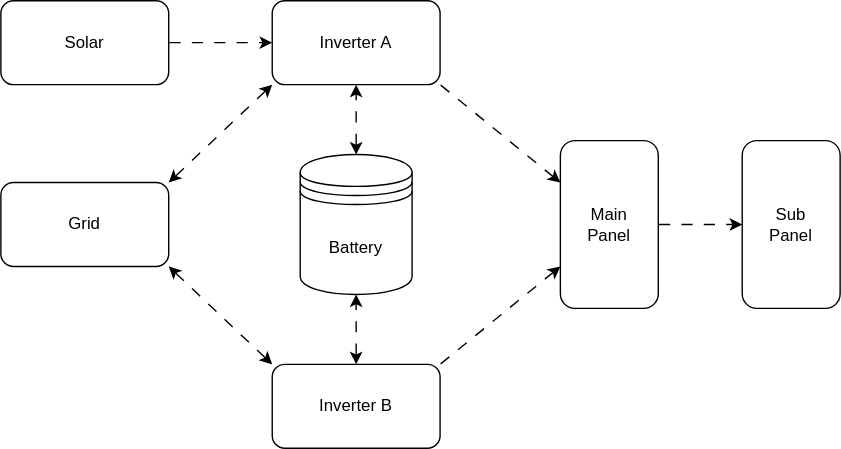
Before: Inverter System.drawio.svg, a diagram exported from draw.io (mattster98/grafana-flow). Source tidied: cells renumbered, new cells last; positions are measured from the earlier drawing's top-left corner, leaving out a move shared by most shapes.
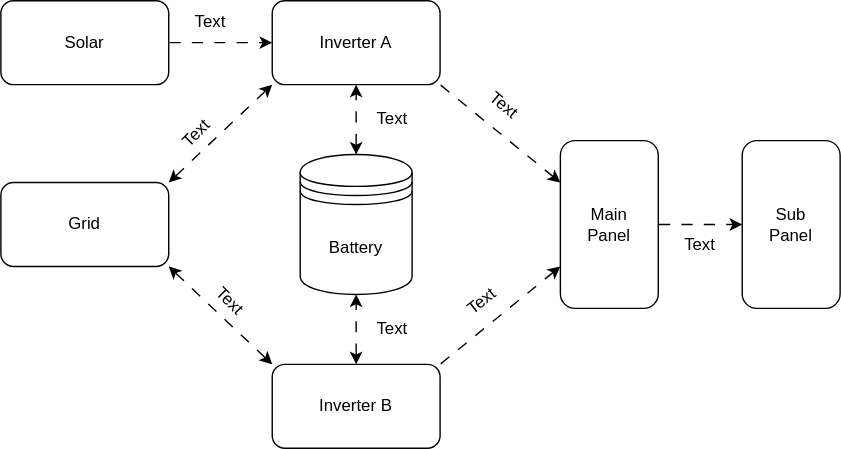
Above is the later version.

Change to the diagram source:
```diff
@@ -47,28 +47,28 @@
     <mxCell id="16" style="endArrow=classic;html=1;rounded=0;entryX=0;entryY=0.5;entryDx=0;entryDy=0;exitX=1;exitY=0.5;exitDx=0;exitDy=0;flowAnimation=1;" parent="1" edge="1" source="12" target="13">
       <mxGeometry relative="1" as="geometry" />
     </mxCell>
-    <mxCell id="17" style="text;html=1;align=center;verticalAlign=middle;whiteSpace=wrap;rounded=0;rotation=-45;" parent="1" vertex="1">
+    <mxCell id="17" value="Text" style="text;html=1;align=center;verticalAlign=middle;whiteSpace=wrap;rounded=0;rotation=-45;" parent="1" vertex="1">
       <mxGeometry x="110" y="80" width="60" height="30" as="geometry" />
     </mxCell>
-    <mxCell id="18" style="text;html=1;align=center;verticalAlign=middle;whiteSpace=wrap;rounded=0;rotation=45;" parent="1" vertex="1">
+    <mxCell id="18" value="Text" style="text;html=1;align=center;verticalAlign=middle;whiteSpace=wrap;rounded=0;rotation=45;" parent="1" vertex="1">
       <mxGeometry x="134" y="200" width="60" height="30" as="geometry" />
     </mxCell>
-    <mxCell id="19" style="text;html=1;align=center;verticalAlign=middle;whiteSpace=wrap;rounded=0;rotation=0;" parent="1" vertex="1">
+    <mxCell id="19" value="Text" style="text;html=1;align=center;verticalAlign=middle;whiteSpace=wrap;rounded=0;rotation=0;" parent="1" vertex="1">
       <mxGeometry x="120" width="60" height="30" as="geometry" />
     </mxCell>
-    <mxCell id="20" style="text;html=1;align=center;verticalAlign=middle;whiteSpace=wrap;rounded=0;rotation=0;" parent="1" vertex="1">
+    <mxCell id="20" value="Text" style="text;html=1;align=center;verticalAlign=middle;whiteSpace=wrap;rounded=0;rotation=0;" parent="1" vertex="1">
       <mxGeometry x="250" y="70" width="60" height="30" as="geometry" />
     </mxCell>
-    <mxCell id="21" style="text;html=1;align=center;verticalAlign=middle;whiteSpace=wrap;rounded=0;rotation=0;" parent="1" vertex="1">
+    <mxCell id="21" value="Text" style="text;html=1;align=center;verticalAlign=middle;whiteSpace=wrap;rounded=0;rotation=0;" parent="1" vertex="1">
       <mxGeometry x="250" y="220" width="60" height="30" as="geometry" />
     </mxCell>
-    <mxCell id="22" style="text;html=1;align=center;verticalAlign=middle;whiteSpace=wrap;rounded=0;rotation=40;" parent="1" vertex="1">
+    <mxCell id="22" value="Text" style="text;html=1;align=center;verticalAlign=middle;whiteSpace=wrap;rounded=0;rotation=40;" parent="1" vertex="1">
       <mxGeometry x="330" y="60" width="60" height="30" as="geometry" />
     </mxCell>
-    <mxCell id="23" style="text;html=1;align=center;verticalAlign=middle;whiteSpace=wrap;rounded=0;rotation=-38;" parent="1" vertex="1">
+    <mxCell id="23" value="Text" style="text;html=1;align=center;verticalAlign=middle;whiteSpace=wrap;rounded=0;rotation=-38;" parent="1" vertex="1">
       <mxGeometry x="314" y="200" width="60" height="30" as="geometry" />
     </mxCell>
-    <mxCell id="24" style="text;html=1;align=center;verticalAlign=middle;whiteSpace=wrap;rounded=0;rotation=0;" parent="1" vertex="1">
+    <mxCell id="24" value="Text" style="text;html=1;align=center;verticalAlign=middle;whiteSpace=wrap;rounded=0;rotation=0;" parent="1" vertex="1">
       <mxGeometry x="470" y="160" width="60" height="30" as="geometry" />
     </mxCell>
   </root>
```
